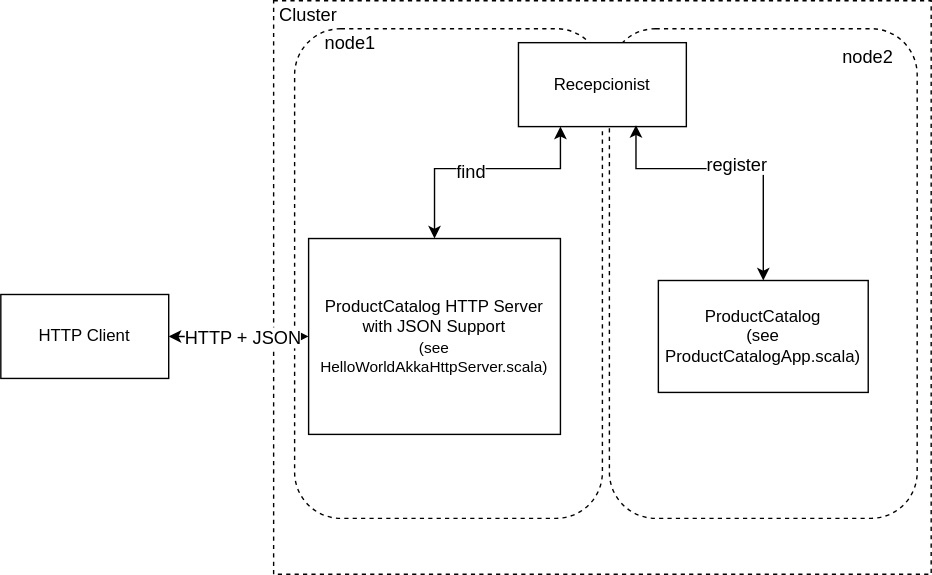
This is product_catalog_http.drawio.svg from agh-reactive/reactive-lab5, a draw.io export, as it was before one commit. Source tidied: cells renumbered, new cells last; positions are measured from the earlier drawing's top-left corner, leaving out a move shared by most shapes.
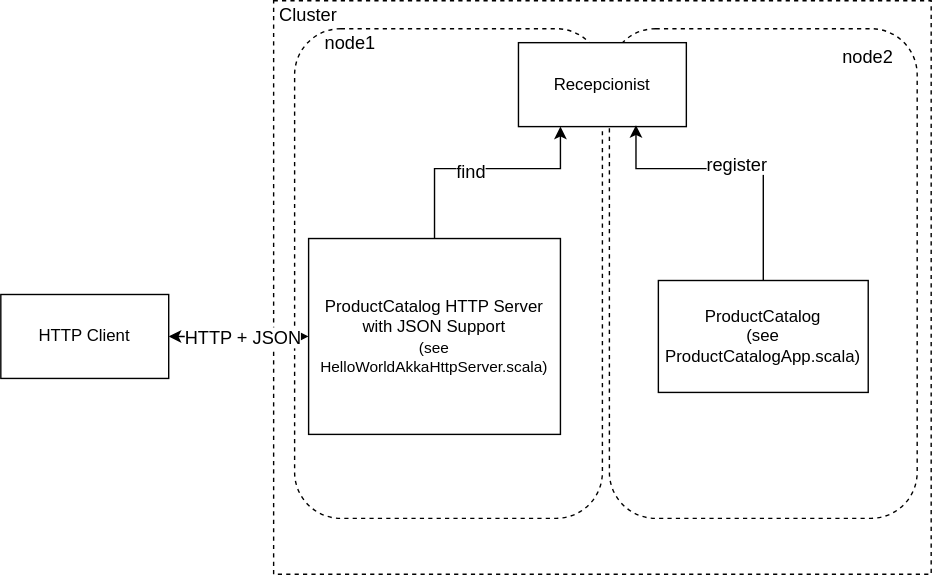
Above is the later version.

Commit message:
Remove unnecessary arrows

The edit, as a diff of the source:
```diff
@@ -22,7 +22,7 @@
     <mxCell id="7" value="HTTP Client" style="rounded=0;whiteSpace=wrap;html=1;" parent="1" vertex="1">
       <mxGeometry y="210" width="120" height="60" as="geometry" />
     </mxCell>
-    <mxCell id="8" style="edgeStyle=orthogonalEdgeStyle;rounded=0;jettySize=auto;html=1;entryX=0.25;entryY=1;entryDx=0;entryDy=0;startArrow=classic;startFill=1;" parent="1" edge="1" source="10" target="11">
+    <mxCell id="8" style="edgeStyle=orthogonalEdgeStyle;rounded=0;jettySize=auto;html=1;entryX=0.25;entryY=1;entryDx=0;entryDy=0;startArrow=none;startFill=0;" parent="1" edge="1" source="10" target="11">
       <mxGeometry relative="1" as="geometry">
         <Array as="points">
           <mxPoint x="310" y="120" />
@@ -39,7 +39,7 @@
     <mxCell id="11" value="Recepcionist" style="rounded=0;whiteSpace=wrap;html=1;" parent="1" vertex="1">
       <mxGeometry x="370" y="30" width="120" height="60" as="geometry" />
     </mxCell>
-    <mxCell id="12" style="edgeStyle=orthogonalEdgeStyle;rounded=0;jettySize=auto;html=1;startArrow=classic;startFill=1;entryX=0.7;entryY=0.983;entryDx=0;entryDy=0;entryPerimeter=0;" parent="1" edge="1" source="14" target="11">
+    <mxCell id="12" style="edgeStyle=orthogonalEdgeStyle;rounded=0;jettySize=auto;html=1;startArrow=none;startFill=0;entryX=0.7;entryY=0.983;entryDx=0;entryDy=0;entryPerimeter=0;" parent="1" edge="1" source="14" target="11">
       <mxGeometry relative="1" as="geometry">
         <Array as="points">
           <mxPoint x="545" y="120" />
```
